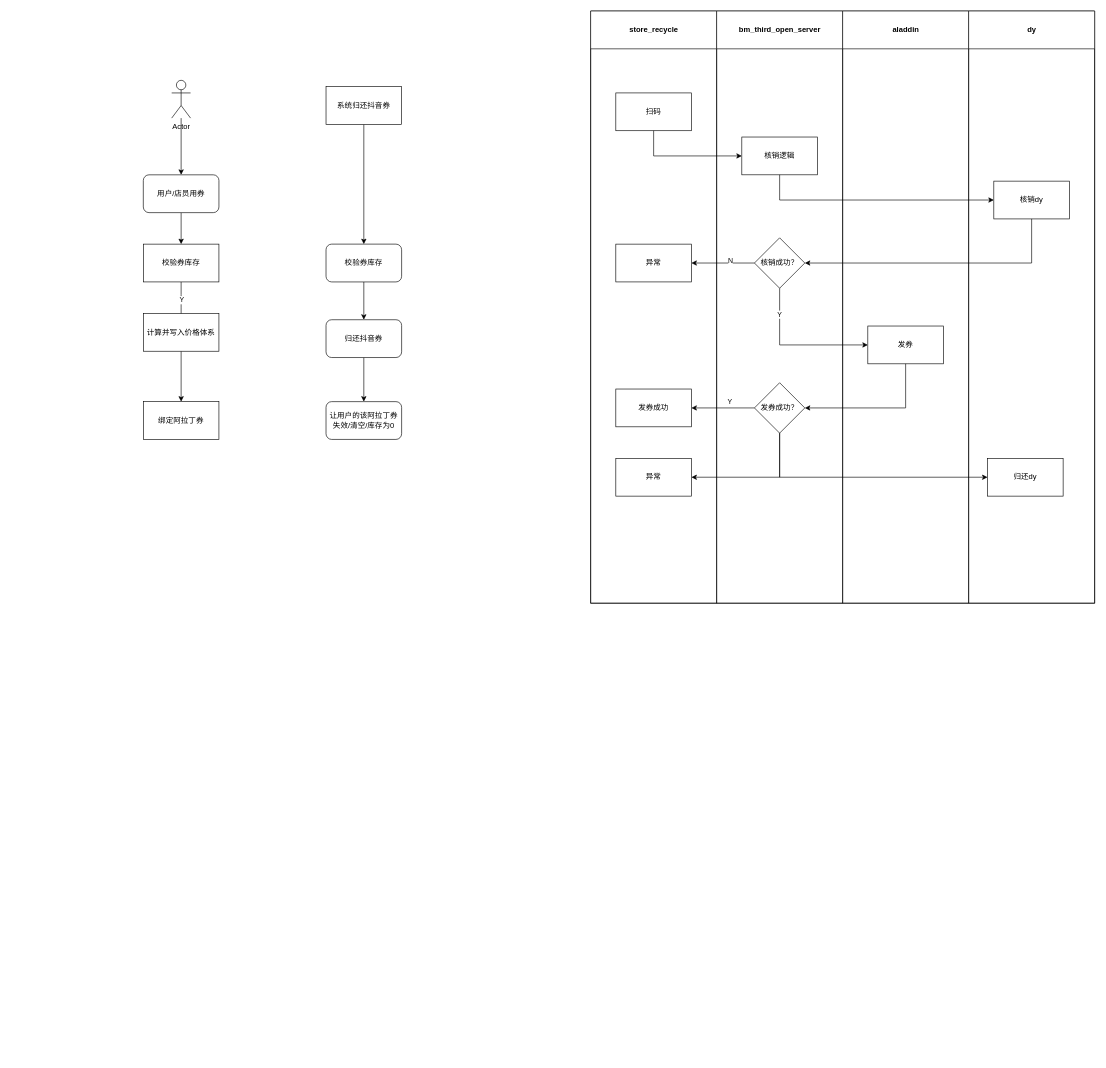
This is 未命名绘图.drawio from resp-200/drowio, a draw.io file, before an edit. Source tidied: cells renumbered, new cells numbered last; positions are measured from the earlier drawing's top-left corner, leaving out a move shared by most shapes. Both pictures are drawn from the tidied source at 63%, with x=0, y=0 at pixel (143, 11).
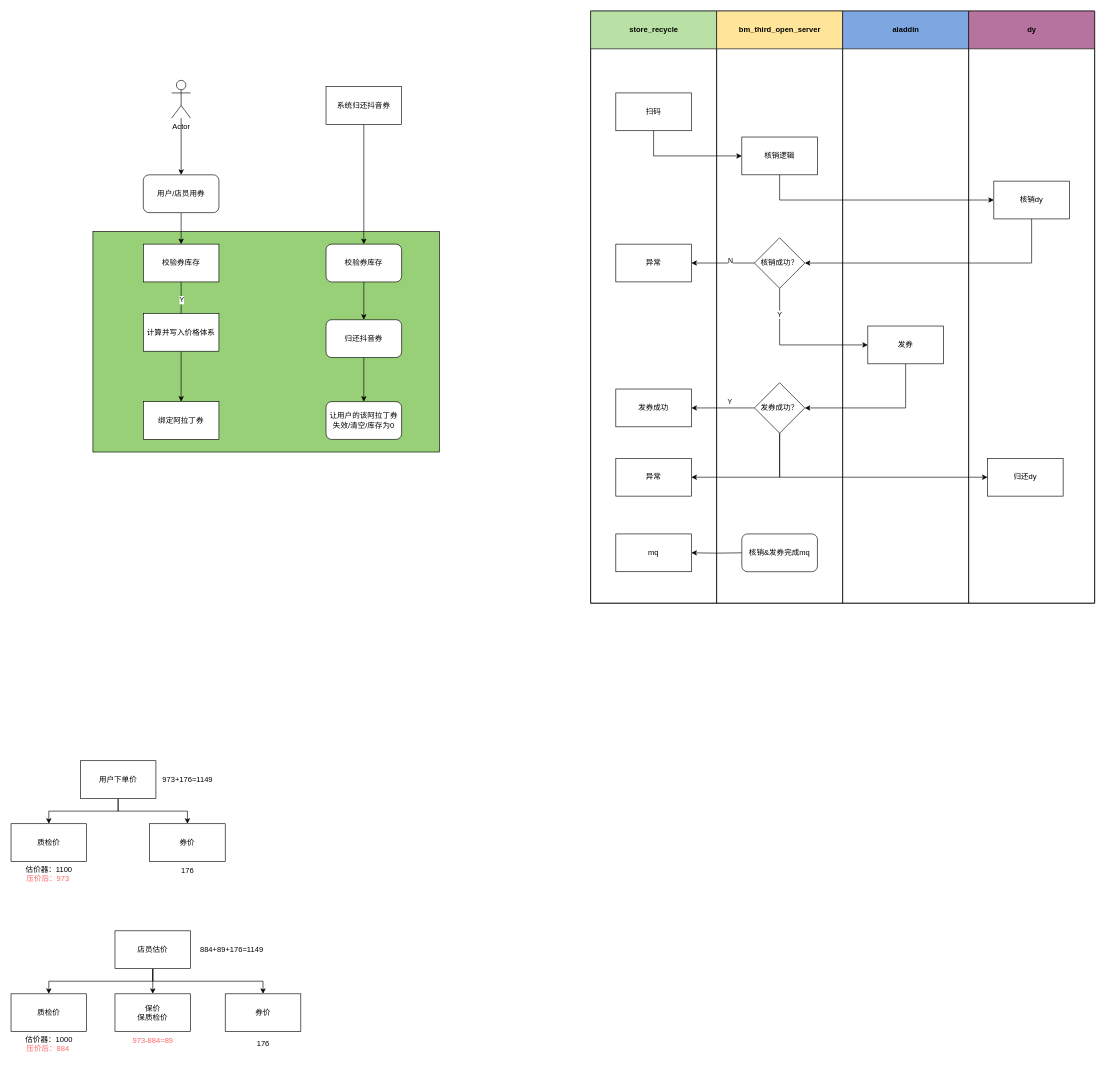
Above is the later version.

Commit message:
更新未命名绘图.drawio

Diff of the diagram source:
```diff
@@
+    <mxCell id="46" style="rounded=0;whiteSpace=wrap;html=1;fillColor=#97D077;" parent="1" vertex="1">
+      <mxGeometry x="-80" y="350" width="550" height="350" as="geometry" />
+    </mxCell>
@@
-    <mxCell id="19" style="swimlane;startSize=0;html=1;" parent="1" vertex="1">
+    <mxCell id="19" style="swimlane;startSize=0;html=1;fillColor=#7EA6E0;" parent="1" vertex="1">
       <mxGeometry x="710" width="800" height="940" as="geometry" />
     </mxCell>
-    <mxCell id="20" value="store_recycle" style="swimlane;startSize=60;html=1;" parent="19" vertex="1">
+    <mxCell id="20" value="store_recycle" style="swimlane;startSize=60;html=1;fillColor=#B9E0A5;" parent="19" vertex="1">
       <mxGeometry width="200" height="940" as="geometry" />
     </mxCell>
@@
+    <mxCell id="47" value="mq" style="rounded=0;whiteSpace=wrap;html=1;" parent="20" vertex="1">
+      <mxGeometry x="40" y="830" width="120" height="60" as="geometry" />
+    </mxCell>
-    <mxCell id="25" value="bm_third_open_server" style="swimlane;startSize=60;html=1;" parent="19" vertex="1">
+    <mxCell id="25" value="bm_third_open_server" style="swimlane;startSize=60;html=1;fillColor=#FFE599;" parent="19" vertex="1">
       <mxGeometry x="200" width="200" height="940" as="geometry" />
     </mxCell>
@@
+    <mxCell id="48" value="核销&amp;amp;发券完成mq" style="rounded=1;whiteSpace=wrap;html=1;" parent="25" vertex="1">
+      <mxGeometry x="40" y="830" width="120" height="60" as="geometry" />
+    </mxCell>
-    <mxCell id="29" value="aladdin" style="swimlane;startSize=60;html=1;" parent="19" vertex="1">
+    <mxCell id="29" value="aladdin" style="swimlane;startSize=60;html=1;fillColor=#7EA6E0;" parent="19" vertex="1">
       <mxGeometry x="400" width="200" height="940" as="geometry" />
     </mxCell>
@@
-    <mxCell id="32" value="dy" style="swimlane;startSize=60;html=1;" parent="19" vertex="1">
+    <mxCell id="32" value="dy" style="swimlane;startSize=60;html=1;fillColor=#B5739D;" parent="19" vertex="1">
       <mxGeometry x="600" width="200" height="940" as="geometry" />
     </mxCell>
@@
+    <mxCell id="49" style="edgeStyle=orthogonalEdgeStyle;rounded=0;jettySize=auto;html=1;entryX=1;entryY=0.5;entryDx=0;entryDy=0;" parent="19" edge="1" target="47">
+      <mxGeometry relative="1" as="geometry">
+        <mxPoint x="240" y="860" as="sourcePoint" />
+      </mxGeometry>
+    </mxCell>
+    <mxCell id="50" style="edgeStyle=orthogonalEdgeStyle;rounded=0;jettySize=auto;html=1;exitX=0.5;exitY=1;exitDx=0;exitDy=0;entryX=0.5;entryY=0;entryDx=0;entryDy=0;" parent="1" edge="1" source="52" target="53">
+      <mxGeometry relative="1" as="geometry" />
+    </mxCell>
+    <mxCell id="51" style="edgeStyle=orthogonalEdgeStyle;rounded=0;jettySize=auto;html=1;exitX=0.5;exitY=1;exitDx=0;exitDy=0;entryX=0.5;entryY=0;entryDx=0;entryDy=0;" parent="1" edge="1" source="52" target="54">
+      <mxGeometry relative="1" as="geometry" />
+    </mxCell>
+    <mxCell id="52" value="用户下单价" style="rounded=0;whiteSpace=wrap;html=1;" parent="1" vertex="1">
+      <mxGeometry x="-100" y="1190" width="120" height="60" as="geometry" />
+    </mxCell>
+    <mxCell id="53" value="质检价" style="rounded=0;whiteSpace=wrap;html=1;" parent="1" vertex="1">
+      <mxGeometry x="-210" y="1290" width="120" height="60" as="geometry" />
+    </mxCell>
+    <mxCell id="54" value="券价" style="rounded=0;whiteSpace=wrap;html=1;" parent="1" vertex="1">
+      <mxGeometry x="10" y="1290" width="120" height="60" as="geometry" />
+    </mxCell>
+    <mxCell id="55" value="973+176=1149" style="text;html=1;align=center;verticalAlign=middle;strokeColor=none;fillColor=none;" parent="1" vertex="1">
+      <mxGeometry x="20" y="1205" width="100" height="30" as="geometry" />
+    </mxCell>
+    <mxCell id="56" value="估价器：1100&lt;div&gt;&lt;font style=&quot;color: rgb(255, 102, 102);&quot;&gt;压价后：973&lt;/font&gt;&amp;nbsp;&lt;/div&gt;" style="text;html=1;align=center;verticalAlign=middle;strokeColor=none;fillColor=none;" parent="1" vertex="1">
+      <mxGeometry x="-200" y="1350" width="100" height="40" as="geometry" />
+    </mxCell>
+    <mxCell id="57" value="176" style="text;html=1;align=center;verticalAlign=middle;strokeColor=none;fillColor=none;" parent="1" vertex="1">
+      <mxGeometry x="50" y="1350" width="40" height="30" as="geometry" />
+    </mxCell>
+    <mxCell id="58" style="edgeStyle=orthogonalEdgeStyle;rounded=0;jettySize=auto;html=1;exitX=0.5;exitY=1;exitDx=0;exitDy=0;entryX=0.5;entryY=0;entryDx=0;entryDy=0;" parent="1" edge="1" source="61" target="62">
+      <mxGeometry relative="1" as="geometry" />
+    </mxCell>
+    <mxCell id="59" style="edgeStyle=orthogonalEdgeStyle;rounded=0;jettySize=auto;html=1;exitX=0.5;exitY=1;exitDx=0;exitDy=0;entryX=0.5;entryY=0;entryDx=0;entryDy=0;" parent="1" edge="1" source="61" target="63">
+      <mxGeometry relative="1" as="geometry" />
+    </mxCell>
+    <mxCell id="60" style="edgeStyle=orthogonalEdgeStyle;rounded=0;jettySize=auto;html=1;exitX=0.5;exitY=1;exitDx=0;exitDy=0;entryX=0.5;entryY=0;entryDx=0;entryDy=0;" parent="1" edge="1" source="61" target="67">
+      <mxGeometry relative="1" as="geometry" />
+    </mxCell>
+    <mxCell id="61" value="店员估价" style="rounded=0;whiteSpace=wrap;html=1;" parent="1" vertex="1">
+      <mxGeometry x="-45" y="1460" width="120" height="60" as="geometry" />
+    </mxCell>
+    <mxCell id="62" value="质检价" style="rounded=0;whiteSpace=wrap;html=1;" parent="1" vertex="1">
+      <mxGeometry x="-210" y="1560" width="120" height="60" as="geometry" />
+    </mxCell>
+    <mxCell id="63" value="券价" style="rounded=0;whiteSpace=wrap;html=1;" parent="1" vertex="1">
+      <mxGeometry x="130" y="1560" width="120" height="60" as="geometry" />
+    </mxCell>
+    <mxCell id="64" value="884+89+176=1149" style="text;html=1;align=center;verticalAlign=middle;strokeColor=none;fillColor=none;" parent="1" vertex="1">
+      <mxGeometry x="80" y="1475" width="120" height="30" as="geometry" />
+    </mxCell>
+    <mxCell id="65" value="估价器：1000&lt;div&gt;&lt;font style=&quot;color: rgb(255, 102, 102);&quot;&gt;压价后：884&amp;nbsp;&lt;/font&gt;&lt;/div&gt;" style="text;html=1;align=center;verticalAlign=middle;strokeColor=none;fillColor=none;" parent="1" vertex="1">
+      <mxGeometry x="-200" y="1620" width="100" height="40" as="geometry" />
+    </mxCell>
+    <mxCell id="66" value="176" style="text;html=1;align=center;verticalAlign=middle;strokeColor=none;fillColor=none;" parent="1" vertex="1">
+      <mxGeometry x="170" y="1625" width="40" height="30" as="geometry" />
+    </mxCell>
+    <mxCell id="67" value="保价&lt;div&gt;保质检价&lt;/div&gt;" style="rounded=0;whiteSpace=wrap;html=1;" parent="1" vertex="1">
+      <mxGeometry x="-45" y="1560" width="120" height="60" as="geometry" />
+    </mxCell>
+    <mxCell id="68" value="&lt;font style=&quot;color: rgb(255, 102, 102);&quot;&gt;973-884=89&lt;/font&gt;" style="text;html=1;align=center;verticalAlign=middle;strokeColor=none;fillColor=none;" parent="1" vertex="1">
+      <mxGeometry x="-30" y="1620" width="90" height="30" as="geometry" />
+    </mxCell>
```
